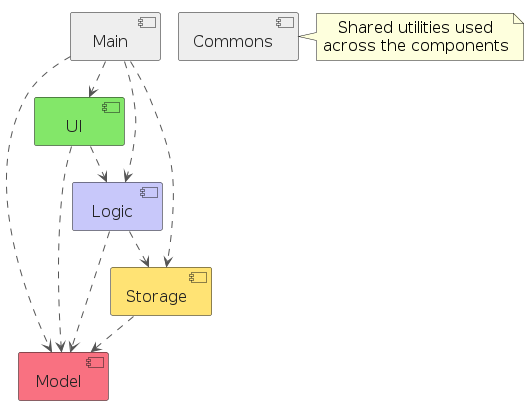
This is diagrams/ArchitectureDiagram.png from AY2627S1-CS2103T-T16-1/tp, a PlantUML export, as it was before one commit. Its source is kept beside it as diagrams/ArchitectureDiagram.puml.
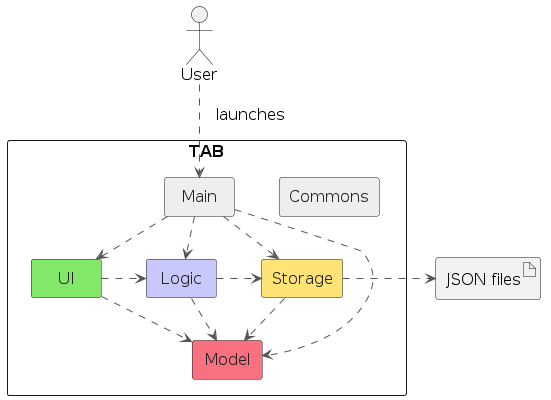
Above is the later version.

Change to the diagram source:
```diff
@@ -1,18 +1,21 @@
 @startuml
 !include style.puml
-!pragma layout smetana
 skinparam defaultFontSize 16
-skinparam componentStyle uml2
+skinparam componentStyle rectangle
 skinparam componentFontColor #222222
 skinparam arrowColor #555555
 skinparam ArrowFontStyle plain
 skinparam nodesep 45
 skinparam ranksep 40
 
+actor User
+rectangle TAB {
 component Main #EEEEEE
-component UI UI_COLOR_T1
-component Logic LOGIC_COLOR_T1
-component Storage STORAGE_COLOR_T1
+together {
+    component UI UI_COLOR_T1
+    component Logic LOGIC_COLOR_T1
+    component Storage STORAGE_COLOR_T1
+}
 component Model MODEL_COLOR_T1
 component Commons #EEEEEE
 
@@ -20,15 +23,16 @@
 Main ..> Logic
 Main ..> Storage
 Main ..> Model
-UI ..> Logic
+UI .right.> Logic
 UI ..> Model
-Logic ..> Model
-Logic ..> Storage
+Logic .down.> Model
+Logic .right.> Storage
 Storage ..> Model
 
 Main -[hidden]right-> Commons
-note right of Commons
-  Shared utilities used
-  across the components
-end note
+}
+
+artifact "JSON files" as Files
+User ..> Main : <color:transparent>__</color>launches
+Storage .right.> Files
 @enduml
```
